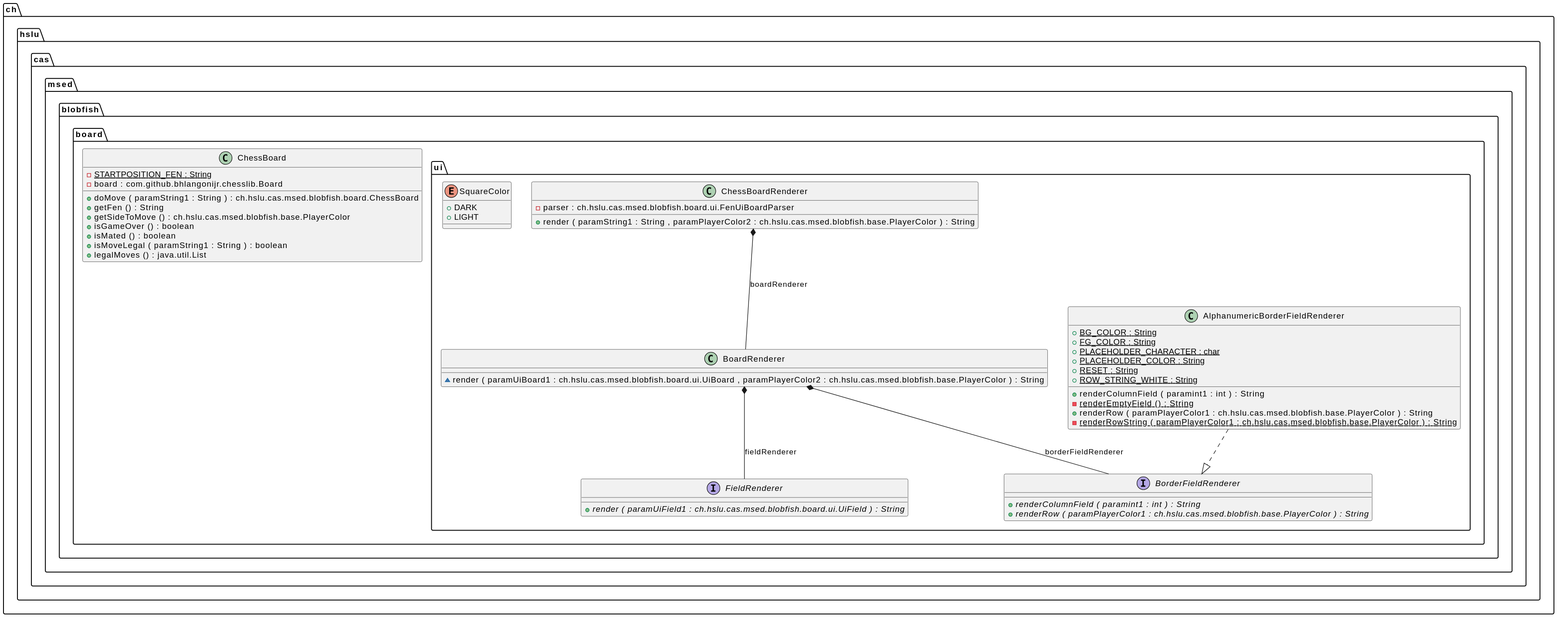
Before: docs/generated-diagrams/board.svg, a diagram exported from PlantUML (l2c0r3/blobfish).
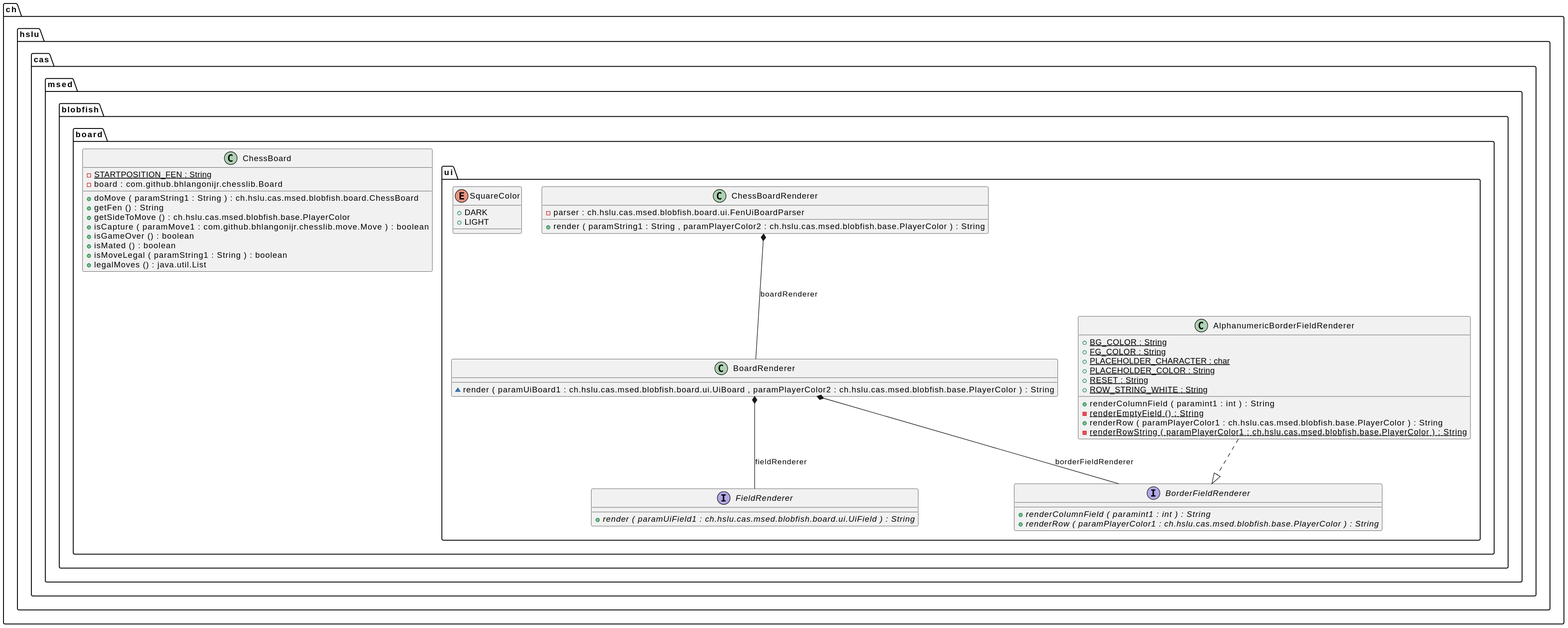
After the commit.

Change to the diagram source:
```diff
@@ -5,6 +5,7 @@
 	{method} +doMove ( paramString1 : String ) : ch.hslu.cas.msed.blobfish.board.ChessBoard
 	{method} +getFen () : String
 	{method} +getSideToMove () : ch.hslu.cas.msed.blobfish.base.PlayerColor
+	{method} +isCapture ( paramMove1 : com.github.bhlangonijr.chesslib.move.Move ) : boolean
 	{method} +isGameOver () : boolean
 	{method} +isMated () : boolean
 	{method} +isMoveLegal ( paramString1 : String ) : boolean
```
